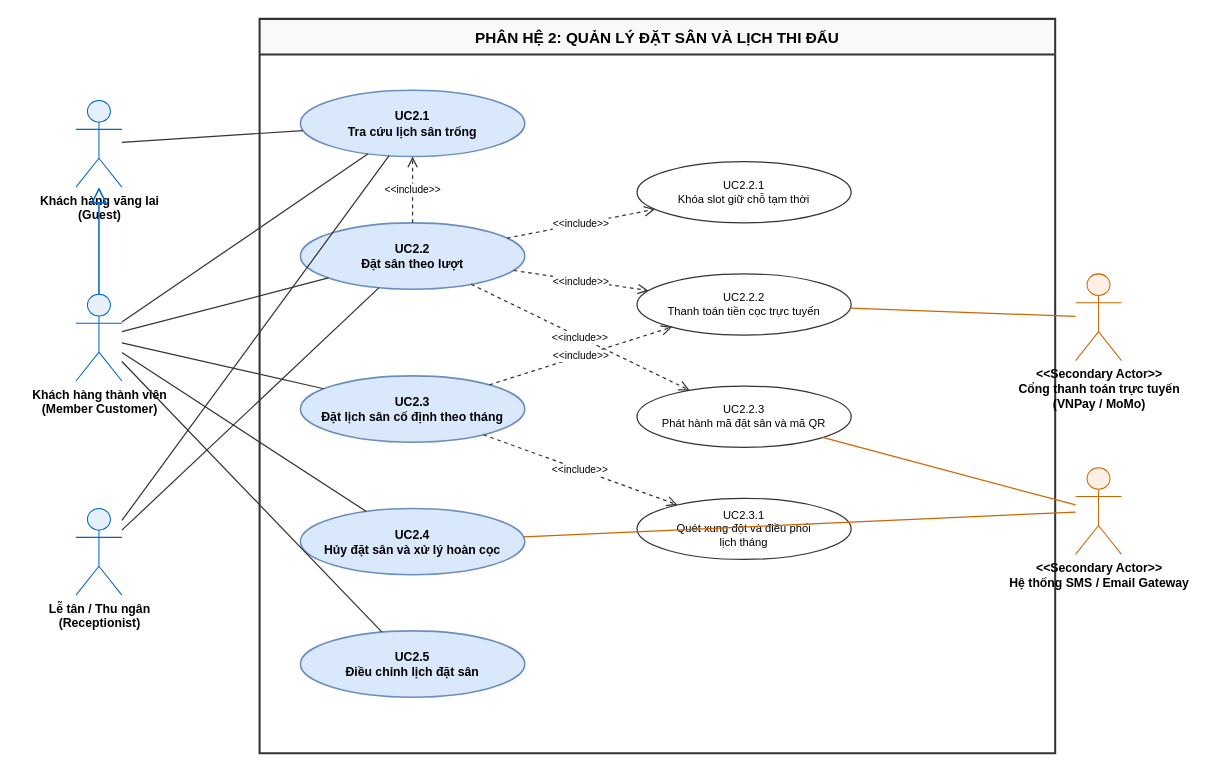
Above: page "02_PH2_DatSan_LichThiDau" (3 of 7) of BTH/BTH3_UsecaseDiagram/DoAn_OOAD_UseCaseDiagram.drawio in nphat-code/DoAn-OOAD-SGU (draw.io), before the change. Source tidied: cells renumbered, new cells numbered last; positions are measured from the earlier drawing's top-left corner, leaving out a move shared by most shapes. Both pictures are drawn from the tidied source at 102%, with x=0, y=0 at pixel (75, 18).
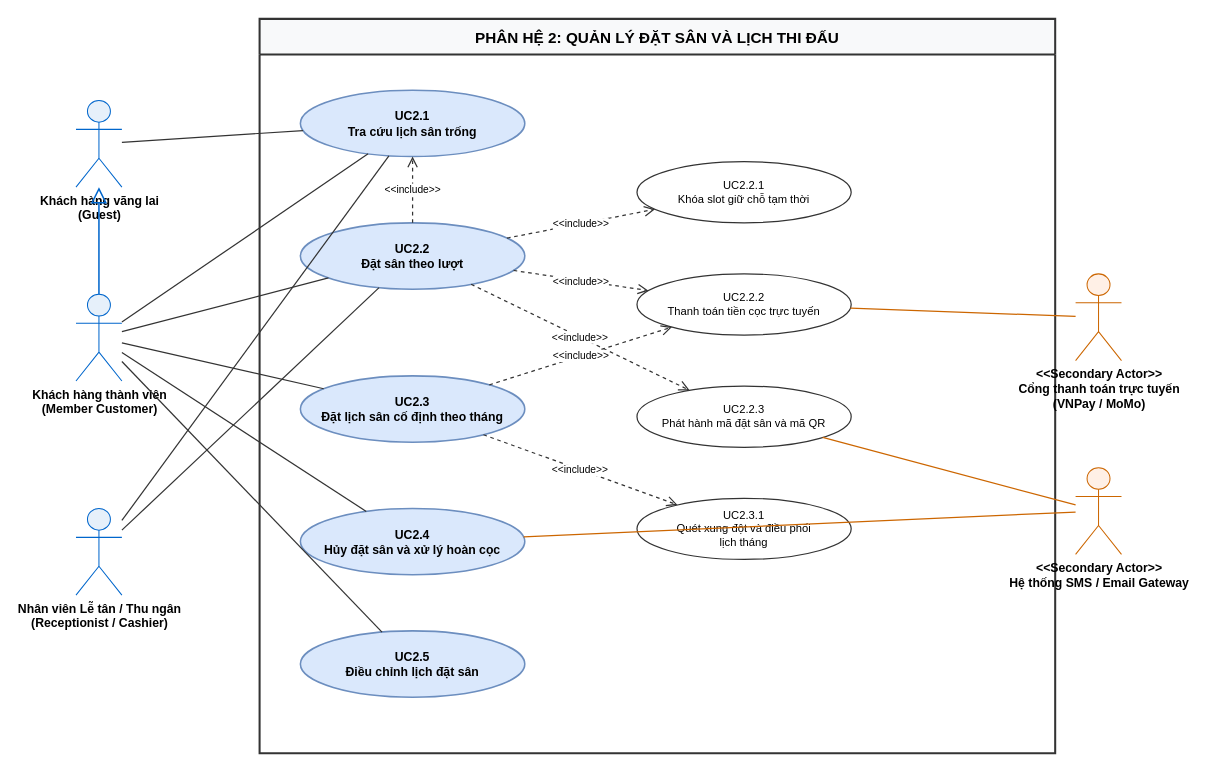
The same page after the edit.

Commit message (it also covers changes not shown here):
fix(bth3): dong bo thong nhat Nhan vien Le tan / Thu ngan (Receptionist / Cashier) tren Drawio va Markdown

What changed in the source:
```diff
@@
-    <mxCell id="5" value="Lễ tân / Thu ngân&#10;(Receptionist)" style="shape=umlActor;verticalLabelPosition=bottom;verticalAlign=top;html=1;outlineConnect=0;fontFamily=Helvetica;fontSize=12;fontStyle=1;strokeColor=#0066CC;fillColor=#E6F0FA;" parent="1" vertex="1">
+    <mxCell id="5" value="Nhân viên Lễ tân / Thu ngân&#10;(Receptionist / Cashier)" style="shape=umlActor;verticalLabelPosition=bottom;verticalAlign=top;html=1;outlineConnect=0;fontFamily=Helvetica;fontSize=12;fontStyle=1;strokeColor=#0066CC;fillColor=#E6F0FA;" parent="1" vertex="1">
       <mxGeometry y="480" width="45" height="85" as="geometry" />
     </mxCell>
```
